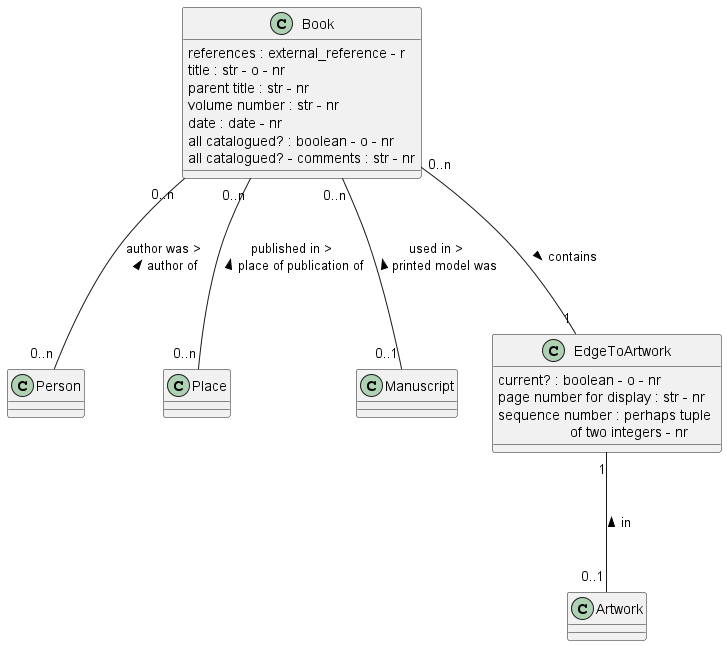
Before: documentation/class_diagrams/Book.png, a diagram exported from PlantUML (tmasch/bpf_be).
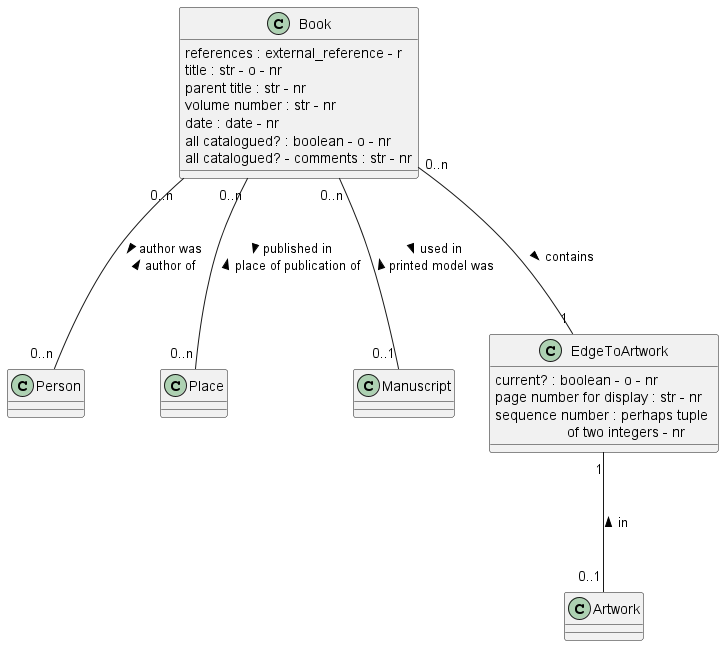
Above is the later version.

Commit message:
Arrows now working

The edit, as a diff of the source:
```diff
@@ -21,11 +21,11 @@
 
 class Artwork
 
-Book "0..n" --- "0..n" Place : published in > \n place of publication of <
+Book "0..n" --- "0..n" Place : > published in  \n place of publication of <
 
-Book "0..n" --- "0..n" Person : author was > \n author of <
+Book "0..n" --- "0..n" Person : > author was  \n author of <
 
-Book "0..n" --- "0..1" Manuscript : used in > \n printed model was <
+Book "0..n" --- "0..1" Manuscript : > used in  \n printed model was <
 
 Book "0..n" --- "1" EdgeToArtwork : contains >
 
```
